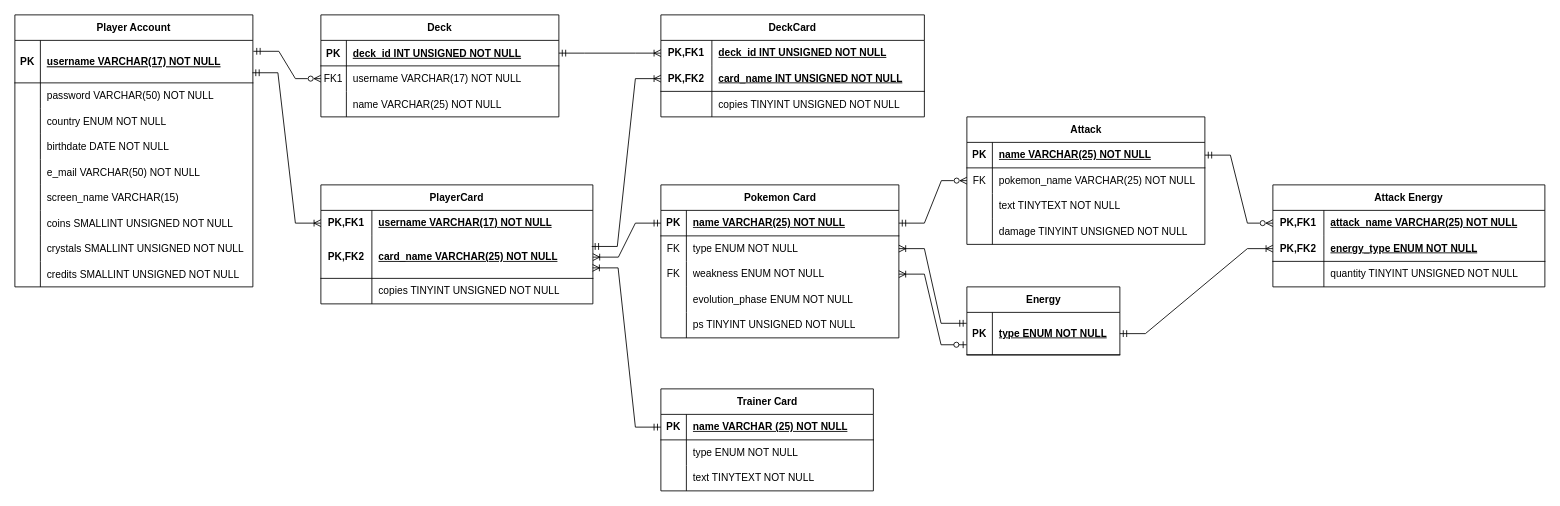
Earlier version of the draw.io diagram Data Bases/Tareas/Pokemon TCG/Pokemon-TCG-ER.drawio (BassedWarrior/A01027983_TC2005B). Source tidied: cells renumbered, new cells numbered last; positions are measured from the earlier drawing's top-left corner, leaving out a move shared by most shapes. Both pictures are drawn from the tidied source at 85%, with x=0, y=0 at pixel (14, 14).
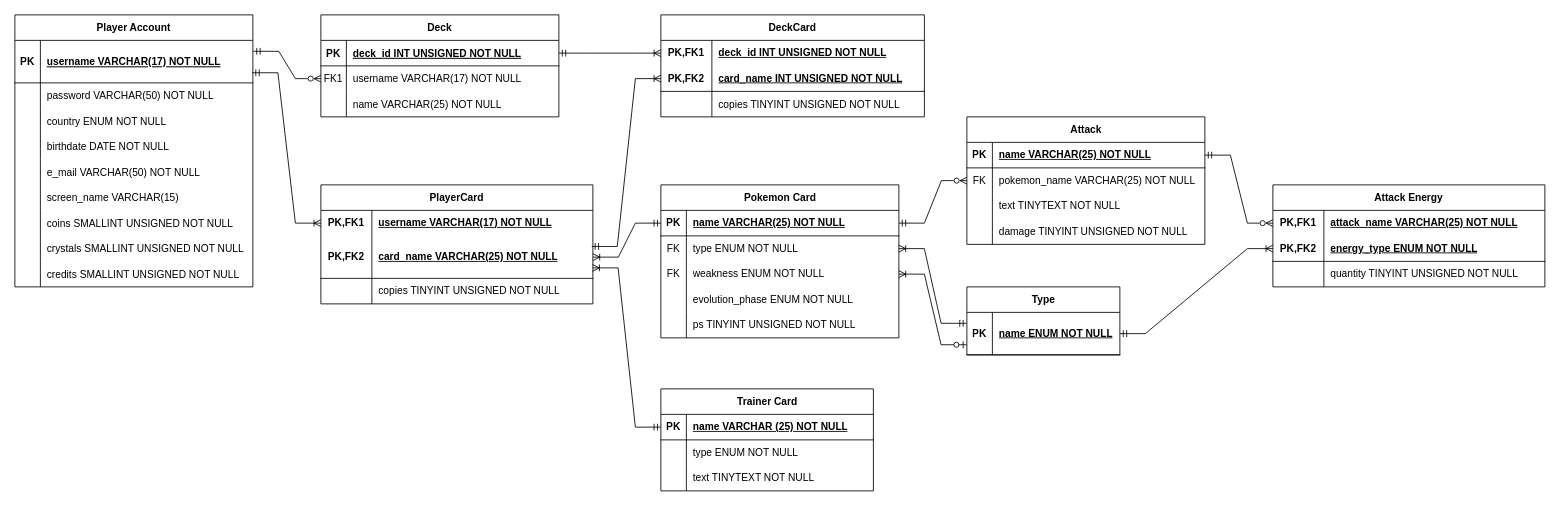
The same page after the edit.

Commit message:
Changed Energy to Type

Unchanged cells that the change refers to:
```xml
<mxCell id="106" style="shape=tableRow;horizontal=0;startSize=0;swimlaneHead=0;swimlaneBody=0;fillColor=none;points=[[0,0.5],[1,0.5]];portConstraint=eastwest;top=0;left=0;right=0;bottom=1;" parent="105" vertex="1">
  <mxGeometry y="30" width="180" height="50" as="geometry" />
</mxCell>
```

Diff of the diagram source:
```diff
@@
-    <mxCell id="105" value="Energy" style="shape=table;startSize=30;childLayout=tableLayout;rowLines=0;fontStyle=1;align=center;html=1;" parent="1" vertex="1">
+    <mxCell id="105" value="Type" style="shape=table;startSize=30;childLayout=tableLayout;rowLines=0;fontStyle=1;align=center;html=1;" parent="1" vertex="1">
       <mxGeometry x="1120" y="320" width="180" height="80" as="geometry" />
     </mxCell>
@@
-    <mxCell id="108" value="type ENUM NOT NULL" style="shape=partialRectangle;fillColor=none;top=0;left=0;bottom=0;right=0;align=left;spacingLeft=6;fontStyle=5;overflow=hidden;whiteSpace=wrap;html=1;" parent="106" vertex="1">
+    <mxCell id="108" value="name ENUM NOT NULL" style="shape=partialRectangle;fillColor=none;top=0;left=0;bottom=0;right=0;align=left;spacingLeft=6;fontStyle=5;overflow=hidden;whiteSpace=wrap;html=1;" parent="106" vertex="1">
       <mxGeometry x="30" width="150" height="50" as="geometry" />
     </mxCell>
```
